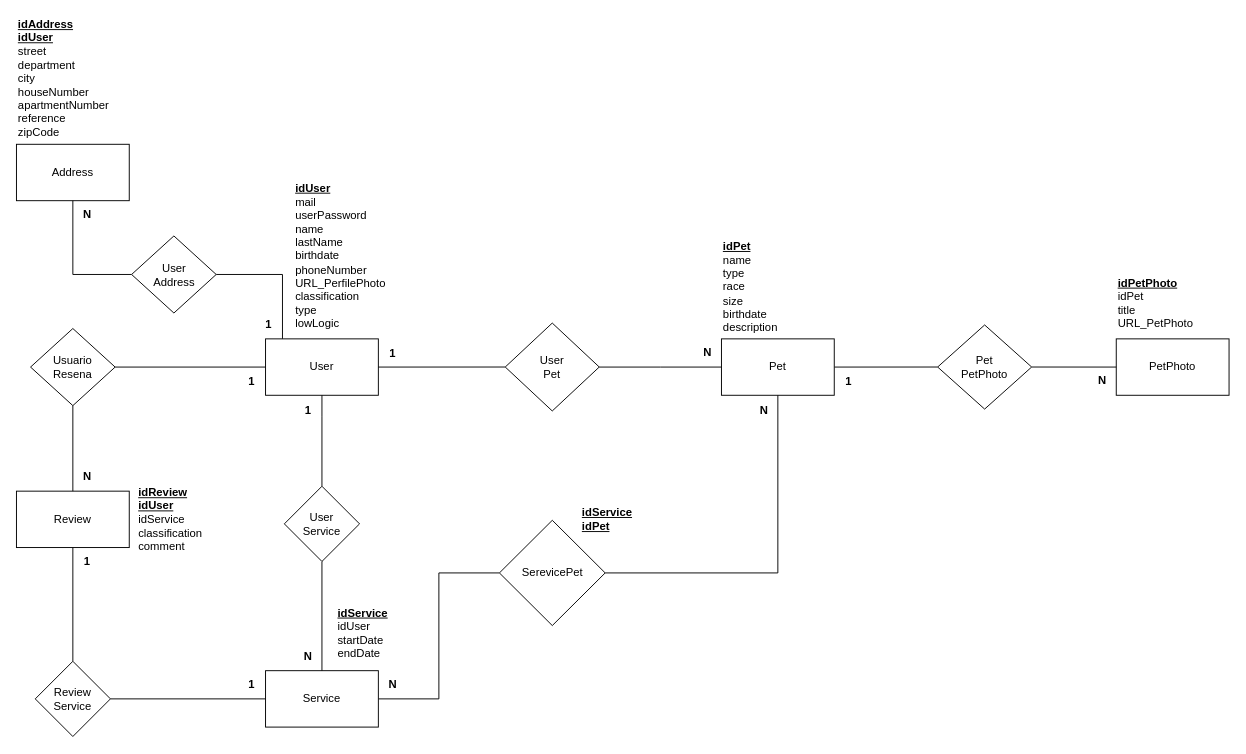
Earlier version of the draw.io diagram documentacion/MER_PetSafe.drawio (YolausGG/PetSafe). Source tidied: cells renumbered, new cells numbered last; positions are measured from the earlier drawing's top-left corner, leaving out a move shared by most shapes. Both pictures are drawn from the tidied source at 94%, with x=0, y=0 at pixel (16, 15).
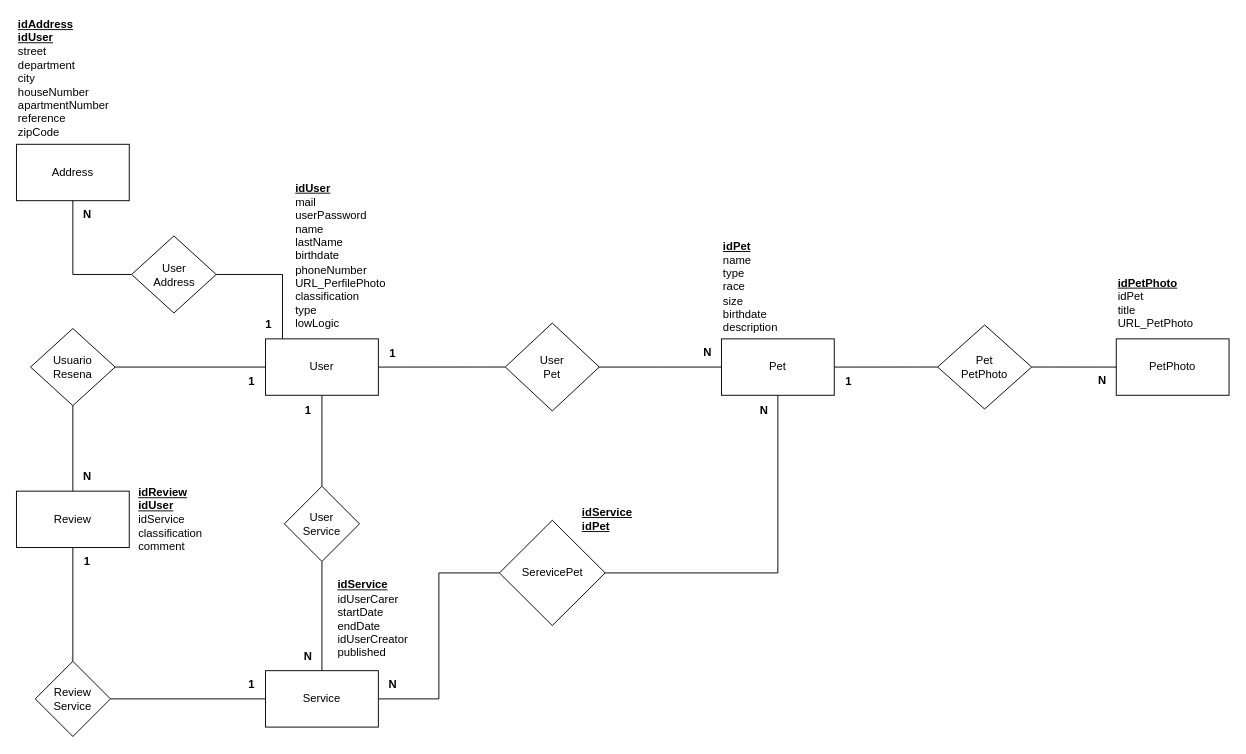
After the change.

What changed in the source:
```diff
@@
-    <mxCell id="36" value="&lt;b style=&quot;border-color: var(--border-color); text-align: center;&quot;&gt;&lt;u style=&quot;border-color: var(--border-color);&quot;&gt;&lt;font style=&quot;border-color: var(--border-color);&quot;&gt;idService&lt;/font&gt;&lt;/u&gt;&lt;/b&gt;&lt;span style=&quot;font-weight: normal;&quot;&gt;&lt;br&gt;idUser&lt;/span&gt;&lt;div&gt;&lt;span style=&quot;font-weight: 400;&quot;&gt;startDate&lt;/span&gt;&lt;/div&gt;&lt;div&gt;&lt;span style=&quot;font-weight: 400;&quot;&gt;endDate&lt;/span&gt;&lt;/div&gt;" style="text;html=1;strokeColor=none;fillColor=none;align=left;verticalAlign=middle;whiteSpace=wrap;rounded=0;fontStyle=1;" parent="1" vertex="1">
-      <mxGeometry x="340" y="627" width="90" height="60" as="geometry" />
+    <mxCell id="36" value="&lt;b style=&quot;border-color: var(--border-color); text-align: center;&quot;&gt;&lt;u style=&quot;border-color: var(--border-color);&quot;&gt;&lt;font style=&quot;border-color: var(--border-color);&quot;&gt;idService&lt;/font&gt;&lt;/u&gt;&lt;/b&gt;&lt;span style=&quot;font-weight: normal;&quot;&gt;&lt;br&gt;idUserCarer&lt;/span&gt;&lt;div&gt;&lt;span style=&quot;font-weight: 400;&quot;&gt;startDate&lt;/span&gt;&lt;/div&gt;&lt;div&gt;&lt;span style=&quot;font-weight: 400;&quot;&gt;endDate&lt;/span&gt;&lt;/div&gt;&lt;div&gt;&lt;span style=&quot;font-weight: 400;&quot;&gt;idUserCreator&lt;/span&gt;&lt;/div&gt;&lt;div&gt;&lt;span style=&quot;font-weight: 400;&quot;&gt;published&lt;/span&gt;&lt;/div&gt;" style="text;html=1;strokeColor=none;fillColor=none;align=left;verticalAlign=middle;whiteSpace=wrap;rounded=0;fontStyle=1;" parent="1" vertex="1">
+      <mxGeometry x="340" y="597" width="90" height="90" as="geometry" />
     </mxCell>
```
